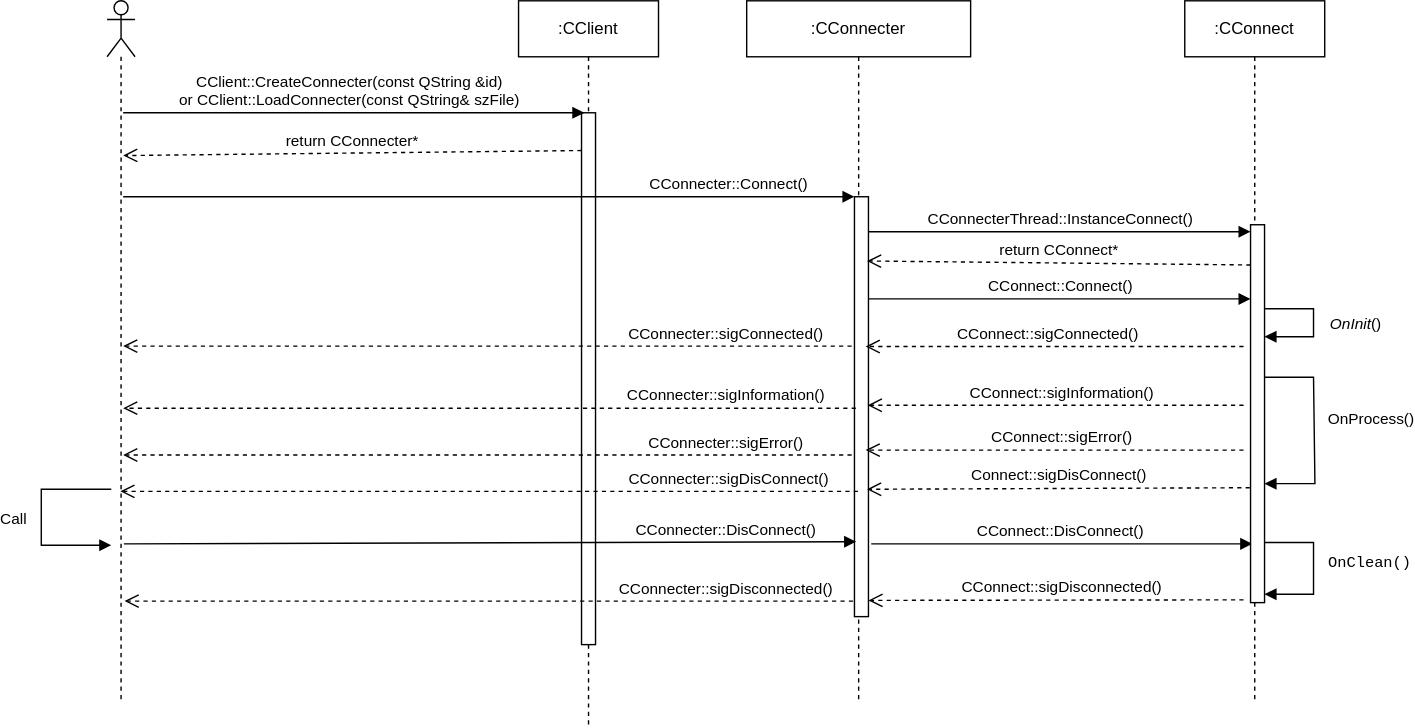
Above: docs/Image/PluginClientSequenceDiagram.svg in KangLin/RabbitRemoteControl (draw.io), before the change. Source tidied: cells renumbered, new cells last; positions are measured from the earlier drawing's top-left corner, leaving out a move shared by most shapes.
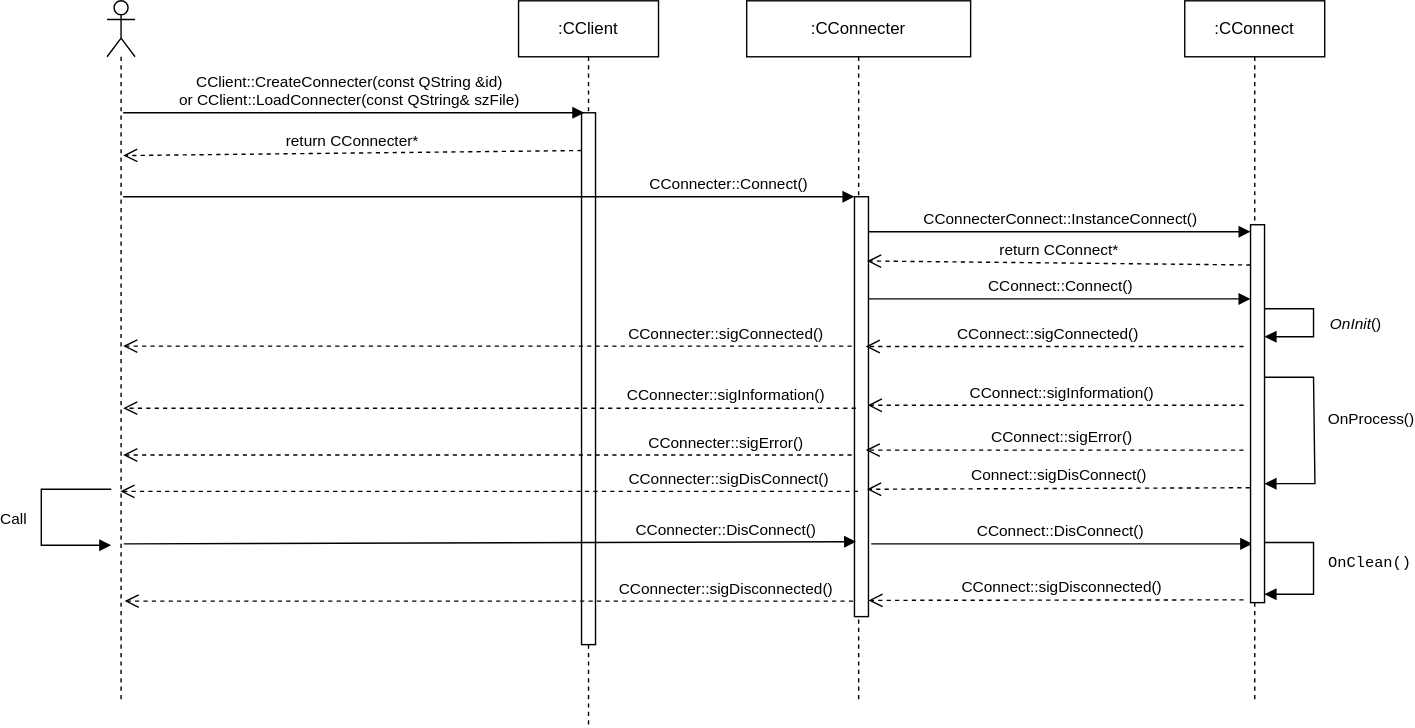
Later version of the same file.

What changed in the source:
```diff
@@ -94,7 +94,7 @@
         </Array>
       </mxGeometry>
     </mxCell>
-    <mxCell id="19" value="CConnecterThread::InstanceConnect()" style="html=1;verticalAlign=bottom;endArrow=block;entryX=0;entryY=0;rounded=0;fontColor=#000000;" parent="1" edge="1" source="6">
+    <mxCell id="19" value="CConnecterConnect::InstanceConnect()" style="html=1;verticalAlign=bottom;endArrow=block;entryX=0;entryY=0;rounded=0;fontColor=#000000;" parent="1" edge="1" source="6">
       <mxGeometry relative="1" as="geometry">
         <mxPoint x="864" y="165" as="targetPoint" />
       </mxGeometry>
```
